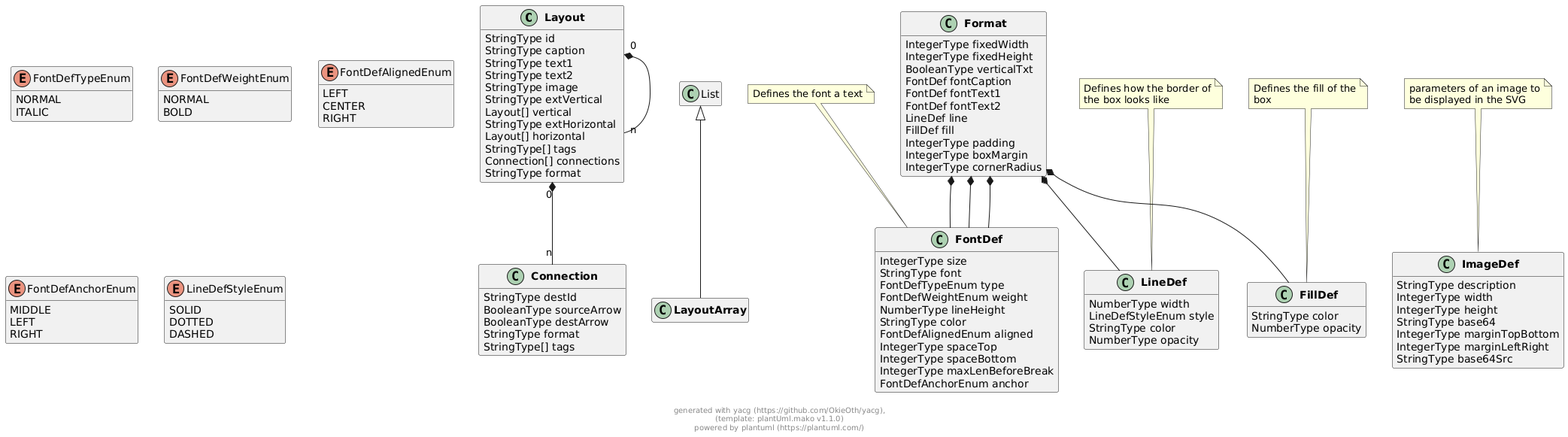
Above: docs/models/png/externals.png in OkieOth/draw.chart.things (PlantUML), before the change.
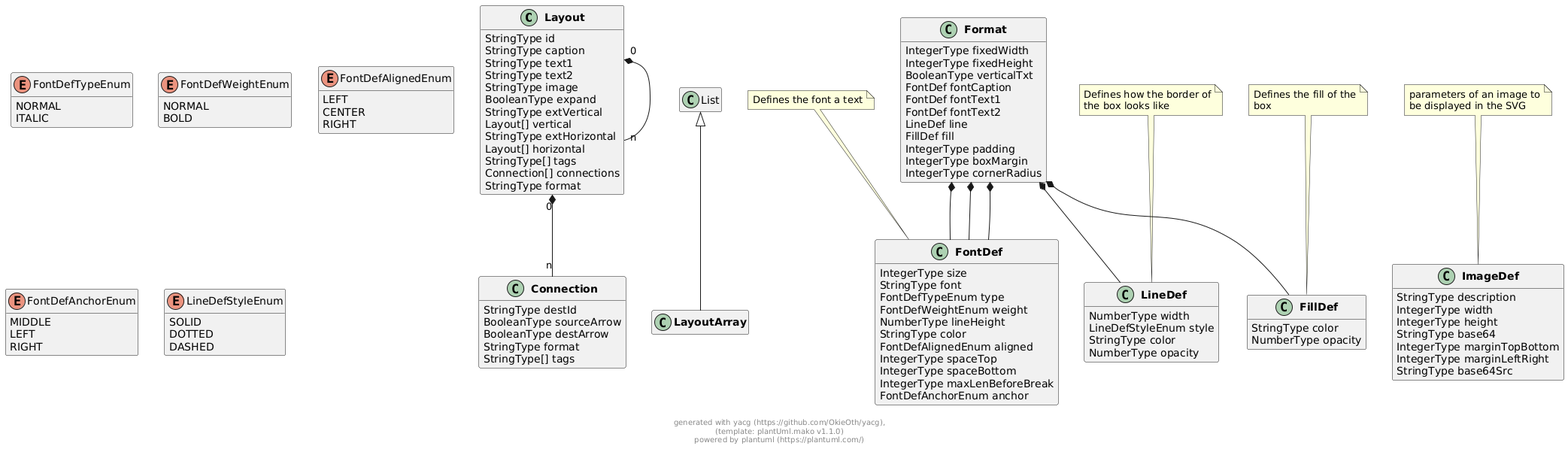
After the commit.

Change to the diagram source:
```diff
@@ -9,6 +9,7 @@
         StringType text1
         StringType text2
         StringType image
+        BooleanType expand
         StringType extVertical
         Layout[] vertical
         StringType extHorizontal
@@ -133,6 +134,7 @@
 
 
 
+
 Layout "0" *-- "n" Layout
 
 
```
